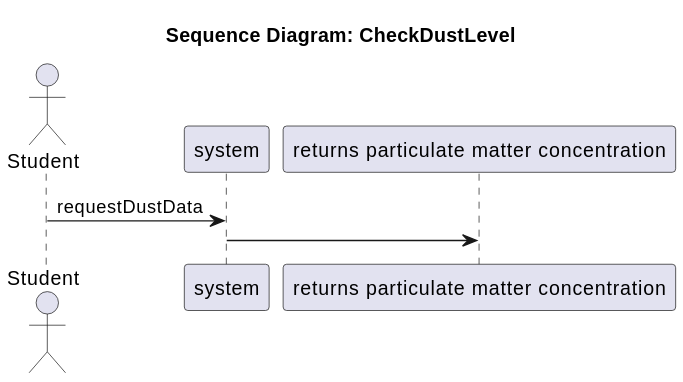
The PlantUML diagram Documentation/Analysis/ssds/StudyHelper_CheckDustLevel.ssd.svg in SEP4Real/SEP4, before a commit.
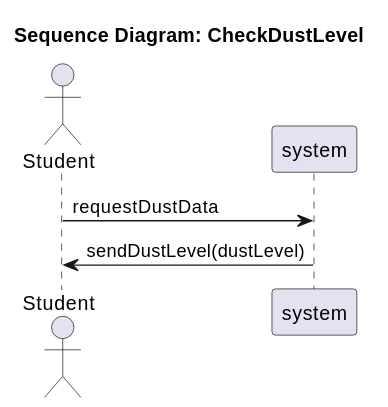
The same file after the commit.

Change to the diagram source:
```diff
@@ -2,8 +2,7 @@
 title Sequence Diagram: CheckDustLevel
 actor "Student" as Actor
 participant "system" as System
-participant "returns particulate matter concentration" as returns_particulate_matter_concentration
 
 Actor -> System : requestDustData
-System -> returns_particulate_matter_concentration :
+System -> Actor : sendDustLevel(dustLevel)
 @enduml
```
